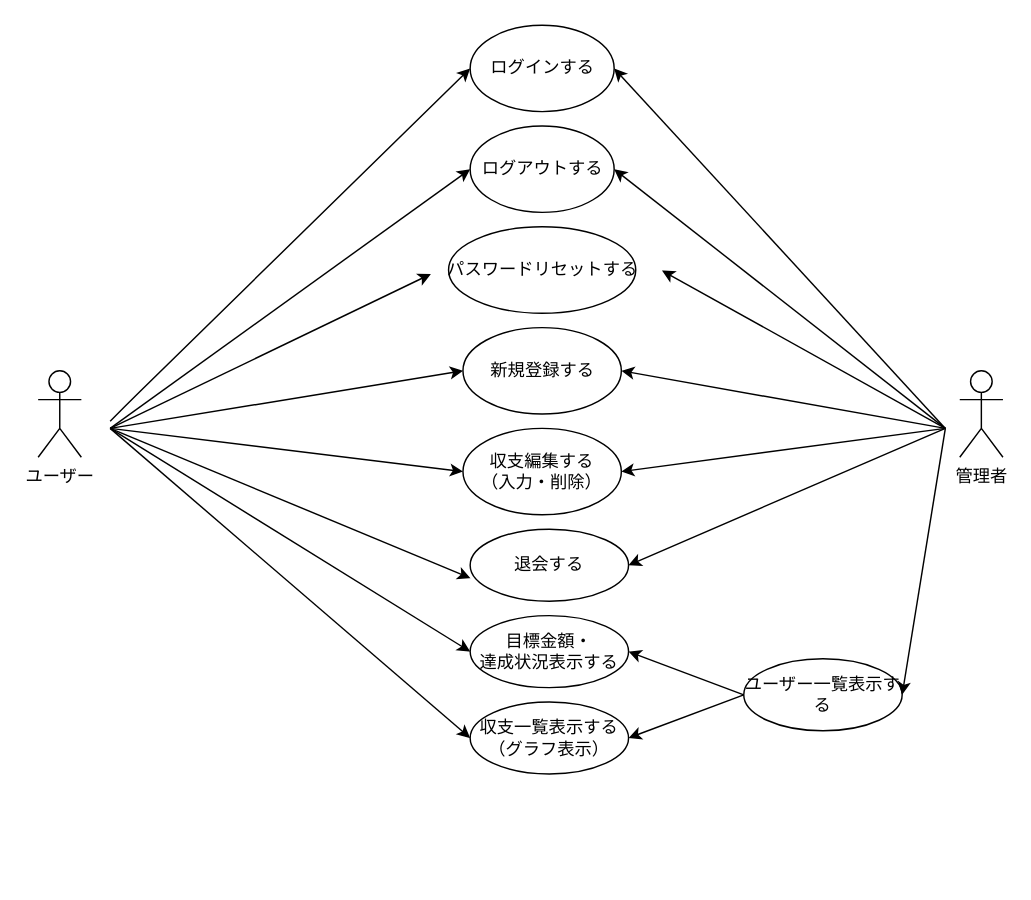
This is kakeibo_usecase.drawio from harukioono/haruki-oono-educure-app, a draw.io file, before an edit. Source tidied: cells renumbered, new cells numbered last; positions are measured from the earlier drawing's top-left corner, leaving out a move shared by most shapes. Both pictures are drawn from the tidied source at 144%, with x=0, y=0 at pixel (37, 24).
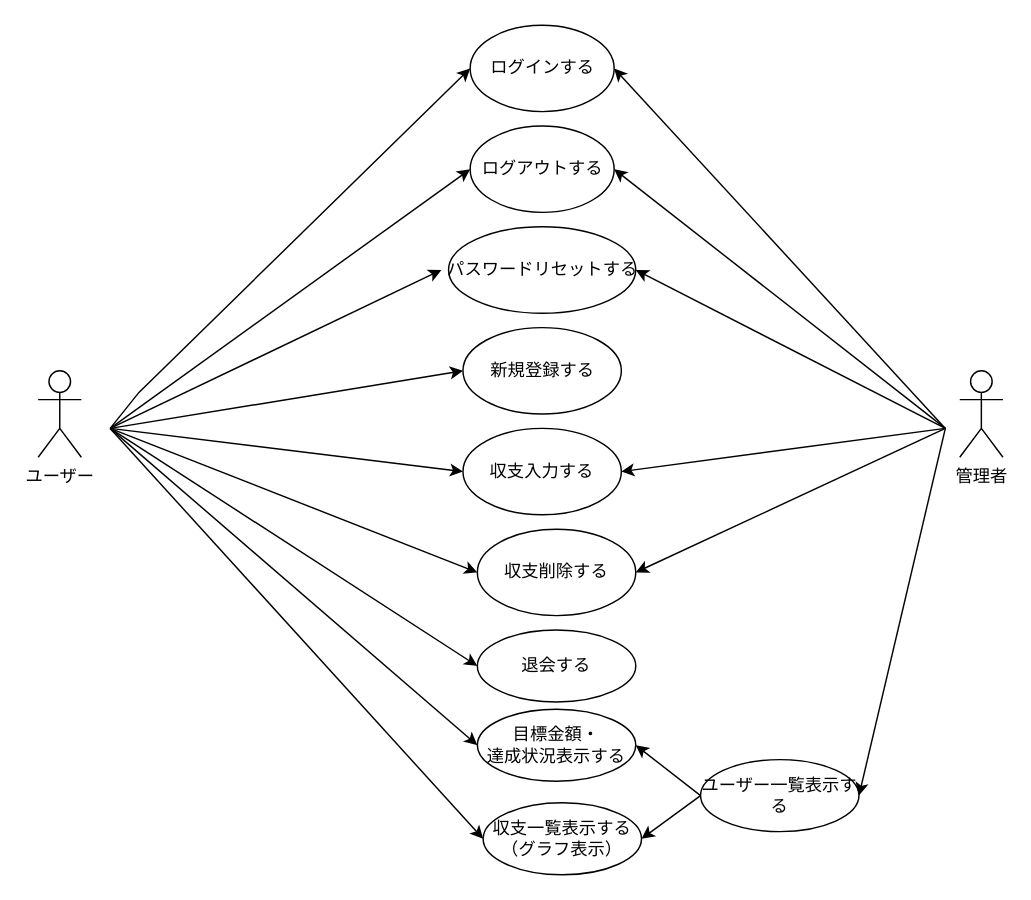
Above is the later version.

The change refers to these unchanged cells:
```xml
<mxCell id="4" style="ellipse;whiteSpace=wrap;html=1;" parent="1" vertex="1">
  <mxGeometry x="300" width="100" height="60" as="geometry" />
</mxCell>
<mxCell id="7" style="ellipse;whiteSpace=wrap;html=1;" parent="1" vertex="1">
  <mxGeometry x="295" y="210" width="110" height="60" as="geometry" />
</mxCell>
<mxCell id="13" value="パスワードリセットする" style="text;html=1;align=center;verticalAlign=middle;points=[];strokeColor=none;fillColor=none;" parent="1" vertex="1">
  <mxGeometry x="270" y="155" width="160" height="30" as="geometry" />
</mxCell>
```

The edit, as a diff of the source:
```diff
@@
-    <mxCell id="8" value="収支編集する&lt;div&gt;（入力・削除）&lt;/div&gt;" style="ellipse;whiteSpace=wrap;html=1;" parent="1" vertex="1">
+    <mxCell id="8" value="収支入力する" style="ellipse;whiteSpace=wrap;html=1;" parent="1" vertex="1">
       <mxGeometry x="295" y="280" width="110" height="60" as="geometry" />
     </mxCell>
@@
     <mxCell id="14" value="収支一覧表示する&lt;div&gt;（グラフ表示）&lt;/div&gt;" style="ellipse;whiteSpace=wrap;html=1;" parent="1" vertex="1">
-      <mxGeometry x="300" y="470" width="110" height="50" as="geometry" />
+      <mxGeometry x="309" y="540" width="110" height="50" as="geometry" />
     </mxCell>
     <mxCell id="15" value="退会する" style="ellipse;whiteSpace=wrap;html=1;" parent="1" vertex="1">
-      <mxGeometry x="300" y="350" width="110" height="50" as="geometry" />
+      <mxGeometry x="305" y="420" width="110" height="50" as="geometry" />
     </mxCell>
     <mxCell id="16" value="目標金額・&lt;div&gt;達成状況表示する&lt;/div&gt;" style="ellipse;whiteSpace=wrap;html=1;" parent="1" vertex="1">
-      <mxGeometry x="300" y="410" width="110" height="50" as="geometry" />
+      <mxGeometry x="305" y="475" width="110" height="50" as="geometry" />
     </mxCell>
     <mxCell id="17" value="ユーザー一覧表示する" style="ellipse;whiteSpace=wrap;html=1;" parent="1" vertex="1">
-      <mxGeometry x="490" y="440" width="110" height="50" as="geometry" />
+      <mxGeometry x="460" y="510" width="110" height="50" as="geometry" />
     </mxCell>
     <mxCell id="18" style="endArrow=classic;html=1;rounded=0;entryX=0;entryY=0.5;entryDx=0;entryDy=0;" parent="1" edge="1" target="4">
       <mxGeometry relative="1" as="geometry">
-        <mxPoint x="50" y="275" as="sourcePoint" />
+        <mxPoint x="50" y="280" as="sourcePoint" />
         <Array as="points">
-          <mxPoint x="60" y="265" />
           <mxPoint x="70" y="255" />
         </Array>
       </mxGeometry>
     </mxCell>
@@
-    <mxCell id="20" style="endArrow=classic;html=1;rounded=0;entryX=0.017;entryY=0.593;entryDx=0;entryDy=0;entryPerimeter=0;" parent="1" edge="1" target="13">
+    <mxCell id="20" style="endArrow=classic;html=1;rounded=0;" parent="1" edge="1">
       <mxGeometry relative="1" as="geometry">
         <mxPoint x="50" y="280" as="sourcePoint" />
+        <mxPoint x="280" y="170" as="targetPoint" />
       </mxGeometry>
     </mxCell>
@@
-    <mxCell id="25" style="endArrow=classic;html=1;rounded=0;entryX=0.002;entryY=0.68;entryDx=0;entryDy=0;entryPerimeter=0;" parent="1" edge="1" target="15">
+    <mxCell id="25" style="endArrow=classic;html=1;rounded=0;entryX=0;entryY=0.5;entryDx=0;entryDy=0;" parent="1" edge="1" target="15">
       <mxGeometry relative="1" as="geometry">
         <mxPoint x="50" y="280" as="sourcePoint" />
       </mxGeometry>
     </mxCell>
@@
-    <mxCell id="28" style="endArrow=classic;html=1;rounded=0;entryX=1.02;entryY=0.513;entryDx=0;entryDy=0;entryPerimeter=0;" parent="1" edge="1" target="13">
-      <mxGeometry relative="1" as="geometry">
-        <mxPoint x="630" y="280" as="sourcePoint" />
-      </mxGeometry>
-    </mxCell>
-    <mxCell id="29" style="endArrow=classic;html=1;rounded=0;entryX=1;entryY=0.5;entryDx=0;entryDy=0;" parent="1" edge="1" target="7">
-      <mxGeometry relative="1" as="geometry">
-        <mxPoint x="630" y="280" as="sourcePoint" />
-      </mxGeometry>
-    </mxCell>
@@
-    <mxCell id="34" style="endArrow=classic;html=1;rounded=0;entryX=1;entryY=0.5;entryDx=0;entryDy=0;" parent="1" edge="1" target="15">
-      <mxGeometry relative="1" as="geometry">
-        <mxPoint x="630" y="280" as="sourcePoint" />
-      </mxGeometry>
-    </mxCell>
+    <mxCell id="35" style="endArrow=classic;html=1;rounded=0;" parent="1" edge="1">
+      <mxGeometry relative="1" as="geometry">
+        <mxPoint x="630" y="280" as="sourcePoint" />
+        <mxPoint x="415" y="170" as="targetPoint" />
+      </mxGeometry>
+    </mxCell>
+    <mxCell id="36" value="収支&lt;span style=&quot;background-color: transparent; color: light-dark(rgb(0, 0, 0), rgb(255, 255, 255));&quot;&gt;削除する&lt;/span&gt;" style="ellipse;whiteSpace=wrap;html=1;" parent="1" vertex="1">
+      <mxGeometry x="305" y="350" width="110" height="60" as="geometry" />
+    </mxCell>
+    <mxCell id="37" style="endArrow=classic;html=1;rounded=0;entryX=0;entryY=0.5;entryDx=0;entryDy=0;" parent="1" edge="1" target="36">
+      <mxGeometry relative="1" as="geometry">
+        <mxPoint x="50" y="280" as="sourcePoint" />
+      </mxGeometry>
+    </mxCell>
+    <mxCell id="38" style="endArrow=classic;html=1;rounded=0;entryX=1;entryY=0.5;entryDx=0;entryDy=0;" parent="1" edge="1" target="36">
+      <mxGeometry relative="1" as="geometry">
+        <mxPoint x="630" y="280" as="sourcePoint" />
+      </mxGeometry>
+    </mxCell>
```
